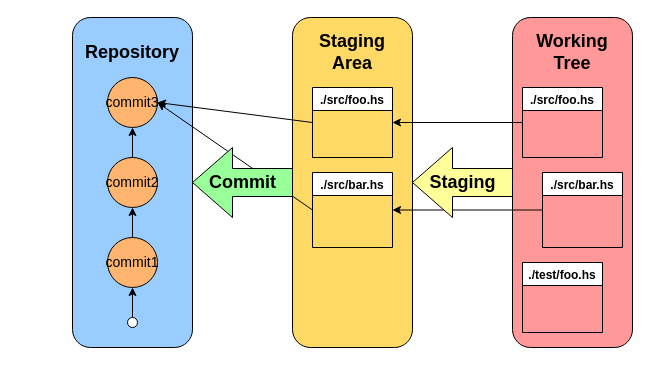
Above: introduction-to-git/resources/git-over-view-local.drawio in utatatata/lecs-materials (draw.io), before the change. Source tidied: cells renumbered, new cells numbered last; positions are measured from the earlier drawing's top-left corner, leaving out a move shared by most shapes. Both pictures are drawn from the tidied source at 100%, with x=0, y=0 at pixel (72, 17).
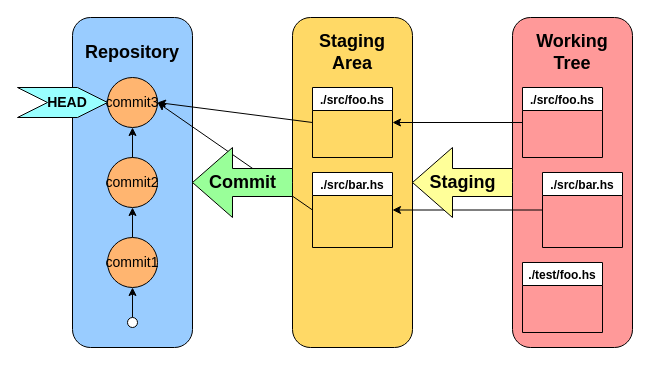
The same diagram, later.

Commit message (it also covers changes not shown here):
[introduction-to-git] add about HEAD into basics

Change to the diagram source:
```diff
@@
+    <mxCell id="26" style="html=1;shadow=0;dashed=0;align=center;verticalAlign=middle;shape=mxgraph.arrows2.arrow;dy=0;dx=30;notch=30;fillColor=#99FFFF;rotation=0;" parent="1" vertex="1">
+      <mxGeometry x="-55" y="70" width="90" height="30" as="geometry" />
+    </mxCell>
+    <mxCell id="27" value="&lt;font style=&quot;font-size: 14px&quot;&gt;&lt;b&gt;HEAD&lt;/b&gt;&lt;/font&gt;" style="text;html=1;strokeColor=none;fillColor=none;align=center;verticalAlign=middle;whiteSpace=wrap;rounded=0;rotation=0;" parent="1" vertex="1">
+      <mxGeometry x="-40" y="75" width="70" height="20" as="geometry" />
+    </mxCell>
```
